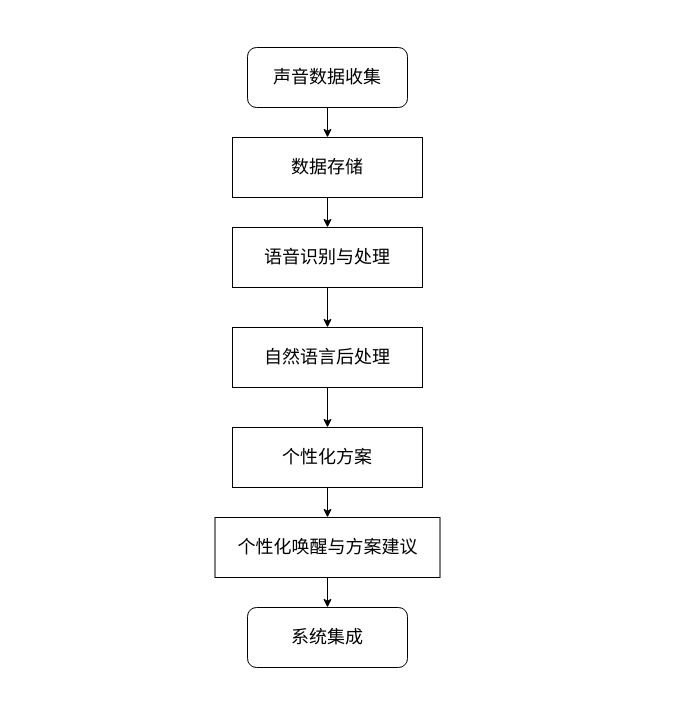
khdxs/1.github.io keeps this draw.io diagram as page "voice-1" (1 of 2) of Untitled Diagram.drawio. Above is the earlier version. Source tidied: cells renumbered, new cells numbered last; positions are measured from the earlier drawing's top-left corner, leaving out a move shared by most shapes. Both pictures are drawn from the tidied source at 100%, with x=0, y=0 at pixel (215, 47).
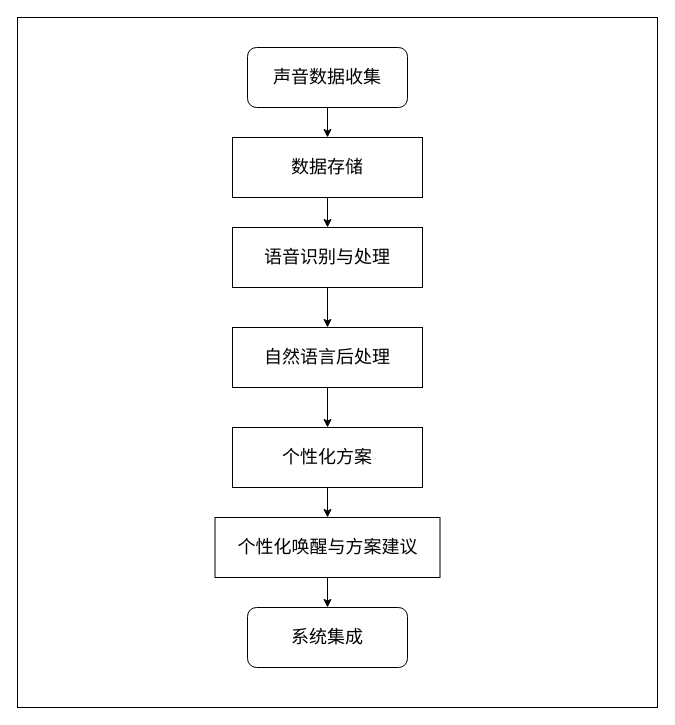
The same diagram, later.

Diff of the diagram source:
```diff
@@
 <mxGraphModel>
   <root>
     <mxCell id="0" />
     <mxCell id="1" parent="0" />
+    <mxCell id="15" style="rounded=0;whiteSpace=wrap;html=1;" parent="1" vertex="1">
+      <mxGeometry x="-198" y="-30" width="640" height="690" as="geometry" />
+    </mxCell>
     <mxCell id="2" style="edgeStyle=orthogonalEdgeStyle;rounded=0;jettySize=auto;html=1;" parent="1" edge="1" source="3" target="5">
       <mxGeometry relative="1" as="geometry" />
     </mxCell>
     <mxCell id="3" value="数据存储" style="rounded=0;whiteSpace=wrap;html=1;fontSize=18;" parent="1" vertex="1">
       <mxGeometry x="17" y="90" width="190" height="60" as="geometry" />
     </mxCell>
     <mxCell id="4" style="edgeStyle=orthogonalEdgeStyle;rounded=0;jettySize=auto;html=1;" parent="1" edge="1" source="5" target="7">
       <mxGeometry relative="1" as="geometry" />
     </mxCell>
     <mxCell id="5" value="语音识别与处理" style="rounded=0;whiteSpace=wrap;html=1;fontSize=18;" parent="1" vertex="1">
       <mxGeometry x="17" y="180" width="190" height="60" as="geometry" />
     </mxCell>
     <mxCell id="6" style="edgeStyle=orthogonalEdgeStyle;rounded=0;jettySize=auto;html=1;" parent="1" edge="1" source="7" target="9">
       <mxGeometry relative="1" as="geometry" />
     </mxCell>
     <mxCell id="7" value="自然语言后处理" style="rounded=0;whiteSpace=wrap;html=1;fontSize=18;" parent="1" vertex="1">
       <mxGeometry x="17" y="280" width="190" height="60" as="geometry" />
     </mxCell>
     <mxCell id="8" style="edgeStyle=orthogonalEdgeStyle;rounded=0;jettySize=auto;html=1;" parent="1" edge="1" source="9" target="11">
       <mxGeometry relative="1" as="geometry" />
     </mxCell>
     <mxCell id="9" value="个性化方案" style="rounded=0;whiteSpace=wrap;html=1;fontSize=18;" parent="1" vertex="1">
       <mxGeometry x="17" y="380" width="190" height="60" as="geometry" />
     </mxCell>
     <mxCell id="10" style="edgeStyle=orthogonalEdgeStyle;rounded=0;jettySize=auto;html=1;" parent="1" edge="1" source="11" target="12">
       <mxGeometry relative="1" as="geometry" />
     </mxCell>
     <mxCell id="11" value="个性化唤醒与方案建议" style="rounded=0;whiteSpace=wrap;html=1;fontSize=18;" parent="1" vertex="1">
       <mxGeometry x="-0.5" y="470" width="225" height="60" as="geometry" />
     </mxCell>
     <mxCell id="12" value="系统集成" style="rounded=1;whiteSpace=wrap;html=1;fontSize=18;" parent="1" vertex="1">
       <mxGeometry x="32" y="560" width="160" height="60" as="geometry" />
     </mxCell>
     <mxCell id="13" style="edgeStyle=orthogonalEdgeStyle;rounded=0;jettySize=auto;html=1;" parent="1" edge="1" source="14" target="3">
       <mxGeometry relative="1" as="geometry" />
     </mxCell>
     <mxCell id="14" value="声音数据收集" style="rounded=1;whiteSpace=wrap;html=1;fontSize=18;" parent="1" vertex="1">
       <mxGeometry x="32" width="160" height="60" as="geometry" />
     </mxCell>
   </root>
 </mxGraphModel>
```
